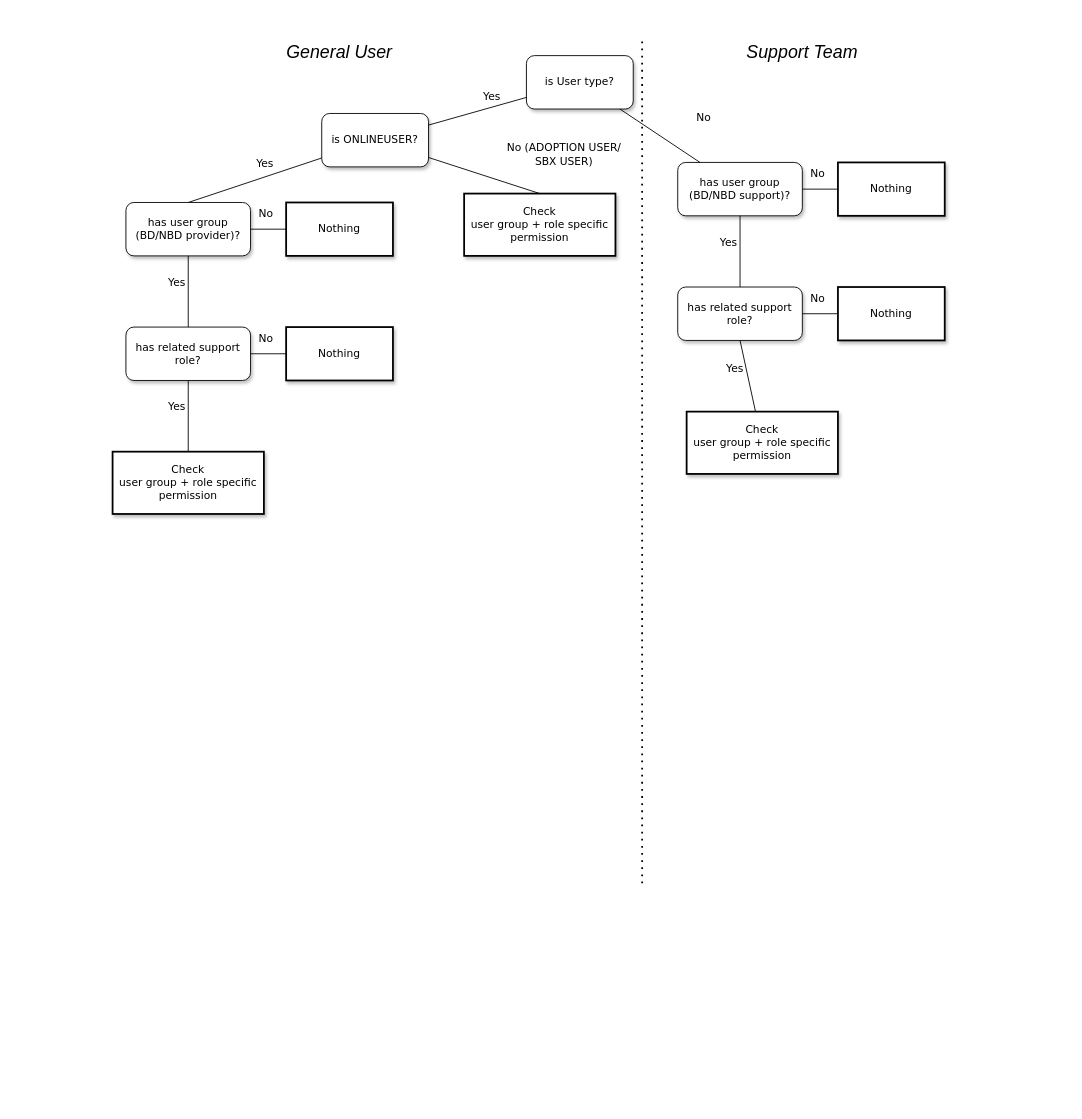
Before: Untitled Diagram.drawio in maruk0chan/draw.io, a draw.io diagram. Source tidied: cells renumbered, new cells numbered last; positions are measured from the earlier drawing's top-left corner, leaving out a move shared by most shapes. Both pictures are drawn from the tidied source at 89%, with x=0, y=0 at pixel (112, 37).
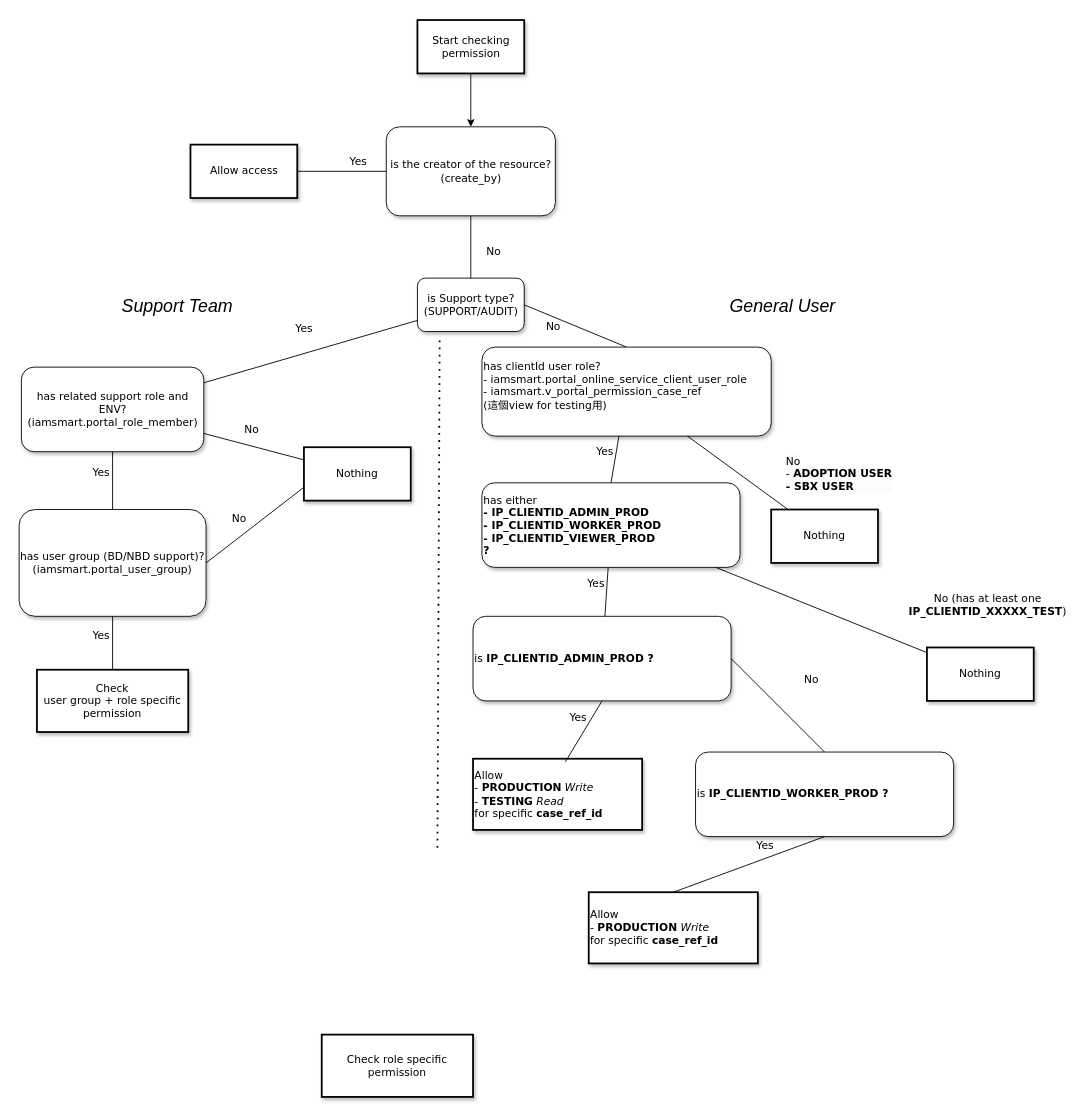
After the change.

Change to the diagram source:
```diff
@@
-    <mxCell id="2" value="is User type?" style="whiteSpace=wrap;html=1;rounded=1;shadow=1;labelBackgroundColor=none;strokeWidth=1;fontFamily=Verdana;fontSize=12;align=center;" parent="1" vertex="1">
-      <mxGeometry x="465" y="20" width="120" height="60" as="geometry" />
+    <mxCell id="2" value="is Support type?&lt;div&gt;(SUPPORT/AUDIT)&lt;/div&gt;" style="whiteSpace=wrap;html=1;rounded=1;shadow=1;labelBackgroundColor=none;strokeWidth=1;fontFamily=Verdana;fontSize=12;align=center;" parent="1" vertex="1">
+      <mxGeometry x="342.5" y="270" width="120" height="60" as="geometry" />
     </mxCell>
-    <mxCell id="3" value="&lt;span&gt;is ONLINEUSER?&lt;/span&gt;" style="whiteSpace=wrap;html=1;rounded=1;shadow=1;labelBackgroundColor=none;strokeWidth=1;fontFamily=Verdana;fontSize=12;align=center;" parent="1" vertex="1">
-      <mxGeometry x="235" y="85" width="120" height="60" as="geometry" />
-    </mxCell>
-    <mxCell id="4" value="&lt;span&gt;has user group (BD/NBD support)?&lt;/span&gt;" style="whiteSpace=wrap;html=1;rounded=1;shadow=1;labelBackgroundColor=none;strokeWidth=1;fontFamily=Verdana;fontSize=12;align=center;" parent="1" vertex="1">
-      <mxGeometry x="635" y="140" width="140" height="60" as="geometry" />
+    <mxCell id="4" value="has related support role and ENV?&lt;br&gt;(iamsmart.portal_role_member)" style="whiteSpace=wrap;html=1;rounded=1;shadow=1;labelBackgroundColor=none;strokeWidth=1;fontFamily=Verdana;fontSize=12;align=center;" parent="1" vertex="1">
+      <mxGeometry x="-102.5" y="370" width="205" height="95" as="geometry" />
     </mxCell>
-    <mxCell id="5" value="No" style="rounded=0;html=1;labelBackgroundColor=none;startArrow=none;startFill=0;startSize=5;endArrow=none;endFill=0;endSize=5;jettySize=auto;strokeWidth=1;fontFamily=Verdana;fontSize=12;" parent="1" edge="1" source="2" target="4">
-      <mxGeometry x="0.56" y="44" relative="1" as="geometry" />
+    <mxCell id="5" value="Yes" style="rounded=0;html=1;labelBackgroundColor=none;startArrow=none;startFill=0;startSize=5;endArrow=none;endFill=0;endSize=5;jettySize=auto;strokeWidth=1;fontFamily=Verdana;fontSize=12;" parent="1" edge="1" source="2" target="4">
+      <mxGeometry y="-27" relative="1" as="geometry" />
     </mxCell>
-    <mxCell id="6" value="Yes" style="rounded=0;html=1;labelBackgroundColor=none;startArrow=none;startFill=0;startSize=5;endArrow=none;endFill=0;endSize=5;jettySize=auto;strokeWidth=1;fontFamily=Verdana;fontSize=12;" parent="1" edge="1" source="2" target="3">
+    <mxCell id="6" value="No" style="rounded=0;html=1;labelBackgroundColor=none;startArrow=none;startFill=0;startSize=5;endArrow=none;endFill=0;endSize=5;jettySize=auto;strokeWidth=1;fontFamily=Verdana;fontSize=12;exitX=1;exitY=0.5;exitDx=0;exitDy=0;entryX=0.5;entryY=0;entryDx=0;entryDy=0;" parent="1" edge="1" source="2" target="19">
       <mxGeometry x="-0.36" y="-11" relative="1" as="geometry" />
     </mxCell>
     <mxCell id="7" value="&lt;span&gt;Nothing&lt;/span&gt;" style="whiteSpace=wrap;html=1;rounded=0;shadow=1;labelBackgroundColor=none;strokeWidth=2;fontFamily=Verdana;fontSize=12;align=center;" parent="1" vertex="1">
-      <mxGeometry x="815" y="140" width="120" height="60" as="geometry" />
+      <mxGeometry x="215" y="460" width="120" height="60" as="geometry" />
     </mxCell>
-    <mxCell id="8" value="Yes" style="rounded=0;html=1;labelBackgroundColor=none;startArrow=none;startFill=0;startSize=5;endArrow=none;endFill=0;endSize=5;jettySize=auto;strokeWidth=1;fontFamily=Verdana;fontSize=12;entryX=0.5;entryY=0;entryDx=0;entryDy=0;" parent="1" edge="1" source="3" target="19">
-      <mxGeometry x="-0.2" y="-14" relative="1" as="geometry" />
-    </mxCell>
-    <mxCell id="9" value="No (ADOPTION USER/&lt;div&gt;SBX USER)&lt;/div&gt;" style="rounded=0;html=1;labelBackgroundColor=none;startArrow=none;startFill=0;startSize=5;endArrow=none;endFill=0;endSize=5;jettySize=auto;strokeWidth=1;fontFamily=Verdana;fontSize=12;entryX=0.5;entryY=0;entryDx=0;entryDy=0;" parent="1" edge="1" source="3" target="18">
-      <mxGeometry x="1" y="58" relative="1" as="geometry">
-        <mxPoint x="9" y="11" as="offset" />
-      </mxGeometry>
-    </mxCell>
@@
     <mxCell id="12" style="endArrow=none;dashed=1;html=1;dashPattern=1 3;strokeWidth=2;rounded=0;" parent="1" edge="1">
       <mxGeometry relative="1" as="geometry">
-        <mxPoint x="595" y="950" as="sourcePoint" />
-        <mxPoint x="595" as="targetPoint" />
+        <mxPoint x="365" y="910" as="sourcePoint" />
+        <mxPoint x="367.5" y="340" as="targetPoint" />
       </mxGeometry>
     </mxCell>
-    <mxCell id="13" value="&lt;span&gt;has related support role?&lt;br&gt;&lt;/span&gt;" style="whiteSpace=wrap;html=1;rounded=1;shadow=1;labelBackgroundColor=none;strokeWidth=1;fontFamily=Verdana;fontSize=12;align=center;" parent="1" vertex="1">
-      <mxGeometry x="635" y="280" width="140" height="60" as="geometry" />
+    <mxCell id="13" value="has user group (BD/NBD support)?&lt;br&gt;&lt;span&gt;(iamsmart.portal_user_group)&lt;/span&gt;" style="whiteSpace=wrap;html=1;rounded=1;shadow=1;labelBackgroundColor=none;strokeWidth=1;fontFamily=Verdana;fontSize=12;align=center;" parent="1" vertex="1">
+      <mxGeometry x="-105" y="530" width="210" height="120" as="geometry" />
     </mxCell>
     <mxCell id="14" value="Check &lt;br&gt;user group + role specific permission" style="whiteSpace=wrap;html=1;rounded=0;shadow=1;labelBackgroundColor=none;strokeWidth=2;fontFamily=Verdana;fontSize=12;align=center;" parent="1" vertex="1">
-      <mxGeometry x="645" y="420" width="170" height="70" as="geometry" />
+      <mxGeometry x="-85" y="710" width="170" height="70" as="geometry" />
     </mxCell>
-    <mxCell id="15" value="Yes" style="rounded=0;html=1;labelBackgroundColor=none;startArrow=none;startFill=0;startSize=5;endArrow=none;endFill=0;endSize=5;jettySize=auto;strokeWidth=1;fontFamily=Verdana;fontSize=12;" parent="1" edge="1" target="14">
-      <mxGeometry x="-0.26" y="-13" relative="1" as="geometry">
-        <mxPoint x="705" y="340" as="sourcePoint" />
-      </mxGeometry>
+    <mxCell id="15" value="Yes" style="rounded=0;html=1;labelBackgroundColor=none;startArrow=none;startFill=0;startSize=5;endArrow=none;endFill=0;endSize=5;jettySize=auto;strokeWidth=1;fontFamily=Verdana;fontSize=12;exitX=0.5;exitY=1;exitDx=0;exitDy=0;" parent="1" edge="1" source="13" target="14">
+      <mxGeometry x="-0.26" y="-13" relative="1" as="geometry" />
     </mxCell>
-    <mxCell id="16" value="&lt;span&gt;Nothing&lt;/span&gt;" style="whiteSpace=wrap;html=1;rounded=0;shadow=1;labelBackgroundColor=none;strokeWidth=2;fontFamily=Verdana;fontSize=12;align=center;" parent="1" vertex="1">
-      <mxGeometry x="815" y="280" width="120" height="60" as="geometry" />
-    </mxCell>
-    <mxCell id="17" value="No" style="rounded=0;html=1;labelBackgroundColor=none;startArrow=none;startFill=0;startSize=5;endArrow=none;endFill=0;endSize=5;jettySize=auto;strokeWidth=1;fontFamily=Verdana;fontSize=12;" parent="1" edge="1" target="16">
-      <mxGeometry x="-0.13" y="17" relative="1" as="geometry">
-        <mxPoint x="775" y="310" as="sourcePoint" />
-      </mxGeometry>
+    <mxCell id="17" value="No" style="rounded=0;html=1;labelBackgroundColor=none;startArrow=none;startFill=0;startSize=5;endArrow=none;endFill=0;endSize=5;jettySize=auto;strokeWidth=1;fontFamily=Verdana;fontSize=12;exitX=1;exitY=0.5;exitDx=0;exitDy=0;entryX=0;entryY=0.75;entryDx=0;entryDy=0;" parent="1" edge="1" source="13" target="7">
+      <mxGeometry x="-0.13" y="17" relative="1" as="geometry" />
     </mxCell>
-    <mxCell id="18" value="Check &lt;br&gt;user group + role specific permission" style="whiteSpace=wrap;html=1;rounded=0;shadow=1;labelBackgroundColor=none;strokeWidth=2;fontFamily=Verdana;fontSize=12;align=center;" parent="1" vertex="1">
-      <mxGeometry x="395" y="175" width="170" height="70" as="geometry" />
-    </mxCell>
-    <mxCell id="19" value="&lt;span&gt;has user group (BD/NBD provider)?&lt;/span&gt;" style="whiteSpace=wrap;html=1;rounded=1;shadow=1;labelBackgroundColor=none;strokeWidth=1;fontFamily=Verdana;fontSize=12;align=center;" parent="1" vertex="1">
-      <mxGeometry x="15" y="185" width="140" height="60" as="geometry" />
+    <mxCell id="19" value="&lt;span&gt;has clientId user role?&lt;br&gt;&lt;div style=&quot;&quot;&gt;&lt;span style=&quot;background-color: transparent; color: light-dark(rgb(0, 0, 0), rgb(255, 255, 255));&quot;&gt;- iamsmart.portal_online_service_client_user_role&lt;/span&gt;&lt;/div&gt;- iamsmart.v_portal_permission_case_ref&lt;br&gt;(這個view for testing用)&lt;/span&gt;&lt;div&gt;&lt;br&gt;&lt;/div&gt;" style="whiteSpace=wrap;html=1;rounded=1;shadow=1;labelBackgroundColor=none;strokeWidth=1;fontFamily=Verdana;fontSize=12;align=left;" parent="1" vertex="1">
+      <mxGeometry x="415" y="347.5" width="325" height="100" as="geometry" />
     </mxCell>
     <mxCell id="20" value="&lt;span&gt;Nothing&lt;/span&gt;" style="whiteSpace=wrap;html=1;rounded=0;shadow=1;labelBackgroundColor=none;strokeWidth=2;fontFamily=Verdana;fontSize=12;align=center;" parent="1" vertex="1">
-      <mxGeometry x="195" y="185" width="120" height="60" as="geometry" />
+      <mxGeometry x="740" y="530" width="120" height="60" as="geometry" />
     </mxCell>
-    <mxCell id="21" value="Yes" style="rounded=0;html=1;labelBackgroundColor=none;startArrow=none;startFill=0;startSize=5;endArrow=none;endFill=0;endSize=5;jettySize=auto;strokeWidth=1;fontFamily=Verdana;fontSize=12;entryX=0.5;entryY=0;entryDx=0;entryDy=0;" parent="1" edge="1" source="19" target="23">
+    <mxCell id="21" value="Yes" style="rounded=0;html=1;labelBackgroundColor=none;startArrow=none;startFill=0;startSize=5;endArrow=none;endFill=0;endSize=5;jettySize=auto;strokeWidth=1;fontFamily=Verdana;fontSize=12;entryX=0.5;entryY=0;entryDx=0;entryDy=0;" parent="1" edge="1" source="19" target="36">
       <mxGeometry x="-0.26" y="-13" relative="1" as="geometry" />
     </mxCell>
-    <mxCell id="22" value="No" style="rounded=0;html=1;labelBackgroundColor=none;startArrow=none;startFill=0;startSize=5;endArrow=none;endFill=0;endSize=5;jettySize=auto;strokeWidth=1;fontFamily=Verdana;fontSize=12;" parent="1" edge="1" source="19" target="20">
-      <mxGeometry x="-0.13" y="17" relative="1" as="geometry" />
+    <mxCell id="22" value="&lt;span style=&quot;color: rgb(0, 0, 0); font-family: Verdana; font-size: 12px; font-style: normal; font-variant-ligatures: normal; font-variant-caps: normal; letter-spacing: normal; orphans: 2; text-indent: 0px; text-transform: none; widows: 2; word-spacing: 0px; -webkit-text-stroke-width: 0px; white-space: nowrap; background-color: rgb(251, 251, 251); text-decoration-thickness: initial; text-decoration-style: initial; text-decoration-color: initial; float: none; display: inline !important;&quot;&gt;No&lt;br&gt;&lt;/span&gt;&lt;span style=&quot;color: rgb(0, 0, 0); font-family: Verdana; font-size: 12px; font-style: normal; font-variant-ligatures: normal; font-variant-caps: normal; letter-spacing: normal; orphans: 2; text-indent: 0px; text-transform: none; widows: 2; word-spacing: 0px; -webkit-text-stroke-width: 0px; white-space: nowrap; background-color: rgb(251, 251, 251); text-decoration-thickness: initial; text-decoration-style: initial; text-decoration-color: initial; float: none; display: inline !important;&quot;&gt;-&amp;nbsp;&lt;b&gt;ADOPTION USER&lt;/b&gt;&lt;/span&gt;&lt;div style=&quot;forced-color-adjust: none; color: rgb(0, 0, 0); font-family: Verdana; font-size: 12px; font-style: normal; font-variant-ligatures: normal; font-variant-caps: normal; letter-spacing: normal; orphans: 2; text-indent: 0px; text-transform: none; widows: 2; word-spacing: 0px; -webkit-text-stroke-width: 0px; white-space: nowrap; background-color: rgb(251, 251, 251); text-decoration-thickness: initial; text-decoration-style: initial; text-decoration-color: initial;&quot;&gt;&lt;b&gt;- SBX USER&lt;/b&gt;&lt;/div&gt;" style="rounded=0;html=1;labelBackgroundColor=none;startArrow=none;startFill=0;startSize=5;endArrow=none;endFill=0;endSize=5;jettySize=auto;strokeWidth=1;fontFamily=Verdana;fontSize=12;align=left;" parent="1" edge="1" source="19" target="20">
+      <mxGeometry x="0.62" y="30" relative="1" as="geometry" />
     </mxCell>
-    <mxCell id="23" value="&lt;span&gt;has related support role?&lt;br&gt;&lt;/span&gt;" style="whiteSpace=wrap;html=1;rounded=1;shadow=1;labelBackgroundColor=none;strokeWidth=1;fontFamily=Verdana;fontSize=12;align=center;" parent="1" vertex="1">
-      <mxGeometry x="15" y="325" width="140" height="60" as="geometry" />
-    </mxCell>
-    <mxCell id="24" value="Check &lt;br&gt;user group + role specific permission" style="whiteSpace=wrap;html=1;rounded=0;shadow=1;labelBackgroundColor=none;strokeWidth=2;fontFamily=Verdana;fontSize=12;align=center;" parent="1" vertex="1">
-      <mxGeometry y="465" width="170" height="70" as="geometry" />
-    </mxCell>
-    <mxCell id="25" value="Yes" style="rounded=0;html=1;labelBackgroundColor=none;startArrow=none;startFill=0;startSize=5;endArrow=none;endFill=0;endSize=5;jettySize=auto;strokeWidth=1;fontFamily=Verdana;fontSize=12;" parent="1" edge="1" target="24">
-      <mxGeometry x="-0.26" y="-13" relative="1" as="geometry">
-        <mxPoint x="85" y="385" as="sourcePoint" />
-      </mxGeometry>
-    </mxCell>
-    <mxCell id="26" value="&lt;span&gt;Nothing&lt;/span&gt;" style="whiteSpace=wrap;html=1;rounded=0;shadow=1;labelBackgroundColor=none;strokeWidth=2;fontFamily=Verdana;fontSize=12;align=center;" parent="1" vertex="1">
-      <mxGeometry x="195" y="325" width="120" height="60" as="geometry" />
-    </mxCell>
-    <mxCell id="27" value="No" style="rounded=0;html=1;labelBackgroundColor=none;startArrow=none;startFill=0;startSize=5;endArrow=none;endFill=0;endSize=5;jettySize=auto;strokeWidth=1;fontFamily=Verdana;fontSize=12;" parent="1" edge="1" target="26">
-      <mxGeometry x="-0.13" y="17" relative="1" as="geometry">
-        <mxPoint x="155" y="355" as="sourcePoint" />
-      </mxGeometry>
-    </mxCell>
     <mxCell id="28" value="Support Team" style="text;html=1;align=center;verticalAlign=middle;whiteSpace=wrap;rounded=0;fontSize=20;fontStyle=2;" parent="1" vertex="1">
-      <mxGeometry x="705" width="140" height="30" as="geometry" />
+      <mxGeometry x="2.5" y="285" width="140" height="30" as="geometry" />
     </mxCell>
     <mxCell id="29" value="General User" style="text;html=1;align=center;verticalAlign=middle;whiteSpace=wrap;rounded=0;fontSize=20;fontStyle=2;" parent="1" vertex="1">
-      <mxGeometry x="185" width="140" height="30" as="geometry" />
+      <mxGeometry x="682.5" y="285" width="140" height="30" as="geometry" />
     </mxCell>
+    <mxCell id="30" value="is the creator of the resource?&lt;div&gt;(create_by)&lt;/div&gt;" style="whiteSpace=wrap;html=1;rounded=1;shadow=1;labelBackgroundColor=none;strokeWidth=1;fontFamily=Verdana;fontSize=12;align=center;" parent="1" vertex="1">
+      <mxGeometry x="307.5" y="100" width="190" height="100" as="geometry" />
+    </mxCell>
+    <mxCell id="31" value="Yes" style="rounded=0;html=1;labelBackgroundColor=none;startArrow=none;startFill=0;startSize=5;endArrow=none;endFill=0;endSize=5;jettySize=auto;strokeWidth=1;fontFamily=Verdana;fontSize=12;exitX=0;exitY=0.5;exitDx=0;exitDy=0;entryX=1;entryY=0.5;entryDx=0;entryDy=0;" parent="1" edge="1" source="30" target="33">
+      <mxGeometry x="-0.36" y="-11" relative="1" as="geometry" />
+    </mxCell>
+    <mxCell id="32" value="No" style="rounded=0;html=1;labelBackgroundColor=none;startArrow=none;startFill=0;startSize=5;endArrow=none;endFill=0;endSize=5;jettySize=auto;strokeWidth=1;fontFamily=Verdana;fontSize=12;exitX=0.5;exitY=1;exitDx=0;exitDy=0;entryX=0.5;entryY=0;entryDx=0;entryDy=0;" parent="1" edge="1" source="30" target="2">
+      <mxGeometry x="0.14" y="25" relative="1" as="geometry" />
+    </mxCell>
+    <mxCell id="33" value="&lt;span&gt;Allow access&lt;/span&gt;" style="whiteSpace=wrap;html=1;rounded=0;shadow=1;labelBackgroundColor=none;strokeWidth=2;fontFamily=Verdana;fontSize=12;align=center;" parent="1" vertex="1">
+      <mxGeometry x="87.5" y="120" width="120" height="60" as="geometry" />
+    </mxCell>
+    <mxCell id="34" style="edgeStyle=orthogonalEdgeStyle;rounded=0;jettySize=auto;html=1;exitX=0.5;exitY=1;exitDx=0;exitDy=0;entryX=0.5;entryY=0;entryDx=0;entryDy=0;" parent="1" edge="1" source="35" target="30">
+      <mxGeometry relative="1" as="geometry" />
+    </mxCell>
+    <mxCell id="35" value="&lt;span&gt;Start checking permission&lt;/span&gt;" style="whiteSpace=wrap;html=1;rounded=0;shadow=1;labelBackgroundColor=none;strokeWidth=2;fontFamily=Verdana;fontSize=12;align=center;" parent="1" vertex="1">
+      <mxGeometry x="342.5" y="-20" width="120" height="60" as="geometry" />
+    </mxCell>
+    <mxCell id="36" value="has either&lt;br&gt;&lt;b&gt;- IP_CLIENTID_ADMIN_PROD&lt;/b&gt;&lt;div&gt;&lt;div style=&quot;&quot;&gt;&lt;b&gt;- IP_CLIENTID_WORKER_PROD&lt;br&gt;&lt;/b&gt;&lt;b&gt;- IP_CLIENTID_VIEWER_PROD&lt;br&gt;?&lt;/b&gt;&lt;/div&gt;&lt;/div&gt;" style="whiteSpace=wrap;html=1;rounded=1;shadow=1;labelBackgroundColor=none;strokeWidth=1;fontFamily=Verdana;fontSize=12;align=left;" parent="1" vertex="1">
+      <mxGeometry x="415" y="500" width="290" height="95" as="geometry" />
+    </mxCell>
+    <mxCell id="37" value="&lt;span&gt;Nothing&lt;/span&gt;" style="whiteSpace=wrap;html=1;rounded=0;shadow=1;labelBackgroundColor=none;strokeWidth=2;fontFamily=Verdana;fontSize=12;align=center;" parent="1" vertex="1">
+      <mxGeometry x="915" y="685" width="120" height="60" as="geometry" />
+    </mxCell>
+    <mxCell id="25" value="Yes" style="rounded=0;html=1;labelBackgroundColor=none;startArrow=none;startFill=0;startSize=5;endArrow=none;endFill=0;endSize=5;jettySize=auto;strokeWidth=1;fontFamily=Verdana;fontSize=12;" parent="1" edge="1" source="36" target="41">
+      <mxGeometry x="-0.26" y="-13" relative="1" as="geometry" />
+    </mxCell>
+    <mxCell id="38" value="No (has at least one&lt;br&gt;&lt;div style=&quot;text-align: center;&quot;&gt;&lt;b style=&quot;background-color: transparent; color: light-dark(rgb(0, 0, 0), rgb(255, 255, 255)); text-wrap-mode: wrap; text-align: left;&quot;&gt;IP_CLIENTID_XXXXX_TEST&lt;/b&gt;&lt;span style=&quot;background-color: transparent; color: light-dark(rgb(0, 0, 0), rgb(255, 255, 255));&quot;&gt;)&lt;/span&gt;&lt;/div&gt;" style="rounded=0;html=1;labelBackgroundColor=none;startArrow=none;startFill=0;startSize=5;endArrow=none;endFill=0;endSize=5;jettySize=auto;strokeWidth=1;fontFamily=Verdana;fontSize=12;" parent="1" edge="1" source="36" target="37">
+      <mxGeometry x="1" y="97" relative="1" as="geometry">
+        <mxPoint x="32" y="36" as="offset" />
+      </mxGeometry>
+    </mxCell>
+    <mxCell id="39" value="&lt;div style=&quot;&quot;&gt;&lt;span style=&quot;background-color: transparent; color: light-dark(rgb(0, 0, 0), rgb(255, 255, 255));&quot;&gt;Allow&lt;/span&gt;&lt;/div&gt;&lt;div&gt;-&amp;nbsp;&lt;b&gt;PRODUCTION&lt;/b&gt; &lt;i&gt;Write&lt;br&gt;&lt;/i&gt;-&amp;nbsp;&lt;b&gt;TESTING&lt;/b&gt; &lt;i&gt;Read&lt;/i&gt;&lt;/div&gt;&lt;div&gt;for specific &lt;b&gt;case_ref_id&lt;/b&gt;&lt;/div&gt;" style="whiteSpace=wrap;html=1;rounded=0;shadow=1;labelBackgroundColor=none;strokeWidth=2;fontFamily=Verdana;fontSize=12;align=left;" parent="1" vertex="1">
+      <mxGeometry x="405" y="810" width="190" height="80" as="geometry" />
+    </mxCell>
+    <mxCell id="40" value="Check role specific permission" style="whiteSpace=wrap;html=1;rounded=0;shadow=1;labelBackgroundColor=none;strokeWidth=2;fontFamily=Verdana;fontSize=12;align=center;" parent="1" vertex="1">
+      <mxGeometry x="235" y="1120" width="170" height="70" as="geometry" />
+    </mxCell>
+    <mxCell id="41" value="is&amp;nbsp;&lt;b&gt;IP_CLIENTID_ADMIN_PROD&amp;nbsp;&lt;/b&gt;&lt;b style=&quot;background-color: transparent; color: light-dark(rgb(0, 0, 0), rgb(255, 255, 255));&quot;&gt;?&lt;/b&gt;" style="whiteSpace=wrap;html=1;rounded=1;shadow=1;labelBackgroundColor=none;strokeWidth=1;fontFamily=Verdana;fontSize=12;align=left;" parent="1" vertex="1">
+      <mxGeometry x="405" y="650" width="290" height="95" as="geometry" />
+    </mxCell>
+    <mxCell id="42" value="Yes" style="rounded=0;html=1;labelBackgroundColor=none;startArrow=none;startFill=0;startSize=5;endArrow=none;endFill=0;endSize=5;jettySize=auto;strokeWidth=1;fontFamily=Verdana;fontSize=12;exitX=0.5;exitY=1;exitDx=0;exitDy=0;entryX=0.546;entryY=0.044;entryDx=0;entryDy=0;entryPerimeter=0;" parent="1" edge="1" source="41" target="39">
+      <mxGeometry x="-0.26" y="-13" relative="1" as="geometry" />
+    </mxCell>
+    <mxCell id="43" value="No" style="rounded=0;html=1;labelBackgroundColor=none;startArrow=none;startFill=0;startSize=5;endArrow=none;endFill=0;endSize=5;jettySize=auto;strokeWidth=1;fontFamily=Verdana;fontSize=12;exitX=1;exitY=0.5;exitDx=0;exitDy=0;entryX=0.5;entryY=0;entryDx=0;entryDy=0;" parent="1" edge="1" source="41" target="44">
+      <mxGeometry x="0.08" y="47" relative="1" as="geometry" />
+    </mxCell>
+    <mxCell id="44" value="is&amp;nbsp;&lt;b&gt;IP_CLIENTID_WORKER_PROD&amp;nbsp;&lt;/b&gt;&lt;b style=&quot;background-color: transparent; color: light-dark(rgb(0, 0, 0), rgb(255, 255, 255));&quot;&gt;?&lt;/b&gt;" style="whiteSpace=wrap;html=1;rounded=1;shadow=1;labelBackgroundColor=none;strokeWidth=1;fontFamily=Verdana;fontSize=12;align=left;" parent="1" vertex="1">
+      <mxGeometry x="655" y="802.5" width="290" height="95" as="geometry" />
+    </mxCell>
+    <mxCell id="45" value="&lt;div style=&quot;&quot;&gt;&lt;span style=&quot;background-color: transparent; color: light-dark(rgb(0, 0, 0), rgb(255, 255, 255));&quot;&gt;Allow&lt;/span&gt;&lt;/div&gt;&lt;div&gt;-&amp;nbsp;&lt;b&gt;PRODUCTION&lt;/b&gt; &lt;i&gt;Write&lt;/i&gt;&lt;br&gt;&lt;/div&gt;&lt;div&gt;for specific &lt;b&gt;case_ref_id&lt;/b&gt;&lt;/div&gt;" style="whiteSpace=wrap;html=1;rounded=0;shadow=1;labelBackgroundColor=none;strokeWidth=2;fontFamily=Verdana;fontSize=12;align=left;" parent="1" vertex="1">
+      <mxGeometry x="535" y="960" width="190" height="80" as="geometry" />
+    </mxCell>
+    <mxCell id="46" value="Yes" style="rounded=0;html=1;labelBackgroundColor=none;startArrow=none;startFill=0;startSize=5;endArrow=none;endFill=0;endSize=5;jettySize=auto;strokeWidth=1;fontFamily=Verdana;fontSize=12;exitX=0.5;exitY=1;exitDx=0;exitDy=0;entryX=0.5;entryY=0;entryDx=0;entryDy=0;" parent="1" edge="1" source="44" target="45">
+      <mxGeometry x="-0.26" y="-13" relative="1" as="geometry" />
+    </mxCell>
```
